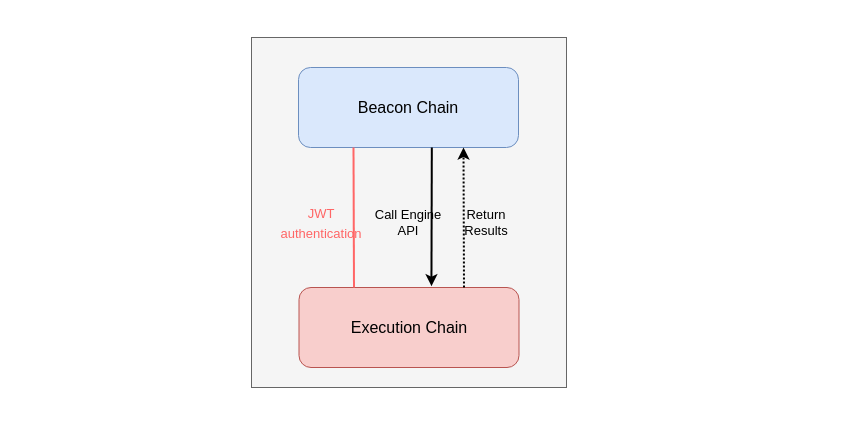
This is ethereum-research/pos-beaconchain/Engine API.drawio from 0xyicheng/a-research-diagram, a draw.io file, before an edit. Source tidied: cells renumbered, new cells numbered last; positions are measured from the earlier drawing's top-left corner, leaving out a move shared by most shapes. Both pictures are drawn from the tidied source at 100%, with x=0, y=0 at pixel (251, 37).
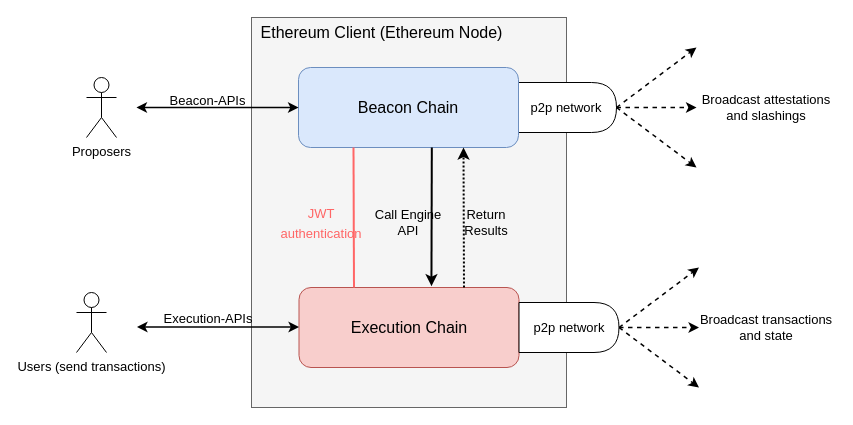
The same diagram, later.

Unchanged cells that the change refers to:
```xml
<mxCell id="3" value="&lt;font style=&quot;font-size: 16px;&quot;&gt;Beacon Chain&lt;/font&gt;" style="rounded=1;whiteSpace=wrap;html=1;fillColor=#dae8fc;strokeColor=#6c8ebf;" parent="1" vertex="1">
  <mxGeometry x="47" y="30" width="220" height="80" as="geometry" />
</mxCell>
```

Diff of the diagram source:
```diff
@@
     <mxCell id="2" style="rounded=0;whiteSpace=wrap;html=1;fillColor=#f5f5f5;fontColor=#333333;strokeColor=#666666;" parent="1" vertex="1">
-      <mxGeometry width="315" height="350" as="geometry" />
+      <mxGeometry y="-20" width="315" height="390" as="geometry" />
     </mxCell>
+    <mxCell id="11" value="&lt;font color=&quot;#000000&quot;&gt;p2p network&lt;/font&gt;" style="shape=delay;whiteSpace=wrap;html=1;fontSize=13;fontColor=#FF6666;" parent="1" vertex="1">
+      <mxGeometry x="265" y="45" width="100" height="50" as="geometry" />
+    </mxCell>
@@
+    <mxCell id="12" value="&lt;font color=&quot;#000000&quot;&gt;p2p network&lt;/font&gt;" style="shape=delay;whiteSpace=wrap;html=1;fontSize=13;fontColor=#FF6666;" parent="1" vertex="1">
+      <mxGeometry x="267.5" y="265" width="100" height="50" as="geometry" />
+    </mxCell>
+    <mxCell id="13" style="endArrow=classic;html=1;rounded=0;strokeColor=#000000;strokeWidth=1.5;fontSize=13;fontColor=#000000;dashed=1;exitX=1;exitY=0.5;exitDx=0;exitDy=0;" parent="1" edge="1" source="11">
+      <mxGeometry relative="1" as="geometry">
+        <mxPoint x="445" y="10" as="targetPoint" />
+      </mxGeometry>
+    </mxCell>
+    <mxCell id="14" style="endArrow=classic;html=1;rounded=0;strokeColor=#000000;strokeWidth=1.5;fontSize=13;fontColor=#000000;dashed=1;exitX=1;exitY=0.5;exitDx=0;exitDy=0;" parent="1" edge="1" source="11">
+      <mxGeometry relative="1" as="geometry">
+        <mxPoint x="445" y="70" as="targetPoint" />
+      </mxGeometry>
+    </mxCell>
+    <mxCell id="15" style="endArrow=classic;html=1;rounded=0;strokeColor=#000000;strokeWidth=1.5;fontSize=13;fontColor=#000000;dashed=1;exitX=1;exitY=0.5;exitDx=0;exitDy=0;" parent="1" edge="1" source="11">
+      <mxGeometry relative="1" as="geometry">
+        <mxPoint x="445" y="130" as="targetPoint" />
+      </mxGeometry>
+    </mxCell>
+    <mxCell id="16" style="endArrow=classic;html=1;rounded=0;strokeColor=#000000;strokeWidth=1.5;fontSize=13;fontColor=#000000;dashed=1;exitX=1;exitY=0.5;exitDx=0;exitDy=0;" parent="1" edge="1">
+      <mxGeometry relative="1" as="geometry">
+        <mxPoint x="367.5" y="290" as="sourcePoint" />
+        <mxPoint x="447.5" y="230" as="targetPoint" />
+      </mxGeometry>
+    </mxCell>
+    <mxCell id="17" style="endArrow=classic;html=1;rounded=0;strokeColor=#000000;strokeWidth=1.5;fontSize=13;fontColor=#000000;dashed=1;exitX=1;exitY=0.5;exitDx=0;exitDy=0;" parent="1" edge="1">
+      <mxGeometry relative="1" as="geometry">
+        <mxPoint x="367.5" y="290" as="sourcePoint" />
+        <mxPoint x="447.5" y="290" as="targetPoint" />
+      </mxGeometry>
+    </mxCell>
+    <mxCell id="18" style="endArrow=classic;html=1;rounded=0;strokeColor=#000000;strokeWidth=1.5;fontSize=13;fontColor=#000000;dashed=1;exitX=1;exitY=0.5;exitDx=0;exitDy=0;" parent="1" edge="1">
+      <mxGeometry relative="1" as="geometry">
+        <mxPoint x="367.5" y="290" as="sourcePoint" />
+        <mxPoint x="447.5" y="350" as="targetPoint" />
+      </mxGeometry>
+    </mxCell>
+    <mxCell id="19" value="Broadcast attestations and slashings" style="text;html=1;strokeColor=none;fillColor=none;align=center;verticalAlign=middle;whiteSpace=wrap;rounded=0;fontSize=13;fontColor=#000000;" parent="1" vertex="1">
+      <mxGeometry x="445" y="52.5" width="140" height="35" as="geometry" />
+    </mxCell>
+    <mxCell id="20" value="Broadcast transactions and state" style="text;html=1;strokeColor=none;fillColor=none;align=center;verticalAlign=middle;whiteSpace=wrap;rounded=0;fontSize=13;fontColor=#000000;" parent="1" vertex="1">
+      <mxGeometry x="445" y="272.5" width="140" height="35" as="geometry" />
+    </mxCell>
+    <mxCell id="21" style="endArrow=classic;startArrow=classic;html=1;rounded=0;strokeColor=#000000;strokeWidth=1.5;fontSize=13;fontColor=#000000;entryX=0;entryY=0.5;entryDx=0;entryDy=0;" parent="1" edge="1" target="3">
+      <mxGeometry relative="1" as="geometry">
+        <mxPoint x="-115" y="70" as="sourcePoint" />
+      </mxGeometry>
+    </mxCell>
+    <mxCell id="22" style="endArrow=classic;startArrow=classic;html=1;rounded=0;strokeColor=#000000;strokeWidth=1.5;fontSize=13;fontColor=#000000;entryX=0;entryY=0.5;entryDx=0;entryDy=0;" parent="1" edge="1">
+      <mxGeometry relative="1" as="geometry">
+        <mxPoint x="-114.5" y="289.5" as="sourcePoint" />
+        <mxPoint x="47.5" y="289.5" as="targetPoint" />
+      </mxGeometry>
+    </mxCell>
+    <mxCell id="23" value="Beacon-APIs" style="text;html=1;strokeColor=none;fillColor=none;align=center;verticalAlign=middle;whiteSpace=wrap;rounded=0;fontSize=13;fontColor=#000000;" parent="1" vertex="1">
+      <mxGeometry x="-85" y="52.5" width="83" height="20" as="geometry" />
+    </mxCell>
+    <mxCell id="24" value="Execution-APIs" style="text;html=1;strokeColor=none;fillColor=none;align=center;verticalAlign=middle;whiteSpace=wrap;rounded=0;fontSize=13;fontColor=#000000;" parent="1" vertex="1">
+      <mxGeometry x="-98.5" y="272.5" width="110" height="17.5" as="geometry" />
+    </mxCell>
+    <mxCell id="25" value="Proposers" style="shape=umlActor;verticalLabelPosition=bottom;verticalAlign=top;html=1;fontSize=13;fontColor=#000000;" parent="1" vertex="1">
+      <mxGeometry x="-165" y="40" width="30" height="60" as="geometry" />
+    </mxCell>
+    <mxCell id="26" value="Users (send transactions)" style="shape=umlActor;verticalLabelPosition=bottom;verticalAlign=top;html=1;fontSize=13;fontColor=#000000;" parent="1" vertex="1">
+      <mxGeometry x="-175" y="255" width="30" height="60" as="geometry" />
+    </mxCell>
+    <mxCell id="27" value="&lt;font style=&quot;font-size: 16px;&quot;&gt;Ethereum Client (Ethereum Node)&lt;/font&gt;" style="text;html=1;strokeColor=none;fillColor=none;align=center;verticalAlign=middle;whiteSpace=wrap;rounded=0;fontSize=13;fontColor=#000000;" parent="1" vertex="1">
+      <mxGeometry x="-14" y="-10" width="289" height="10" as="geometry" />
+    </mxCell>
```
